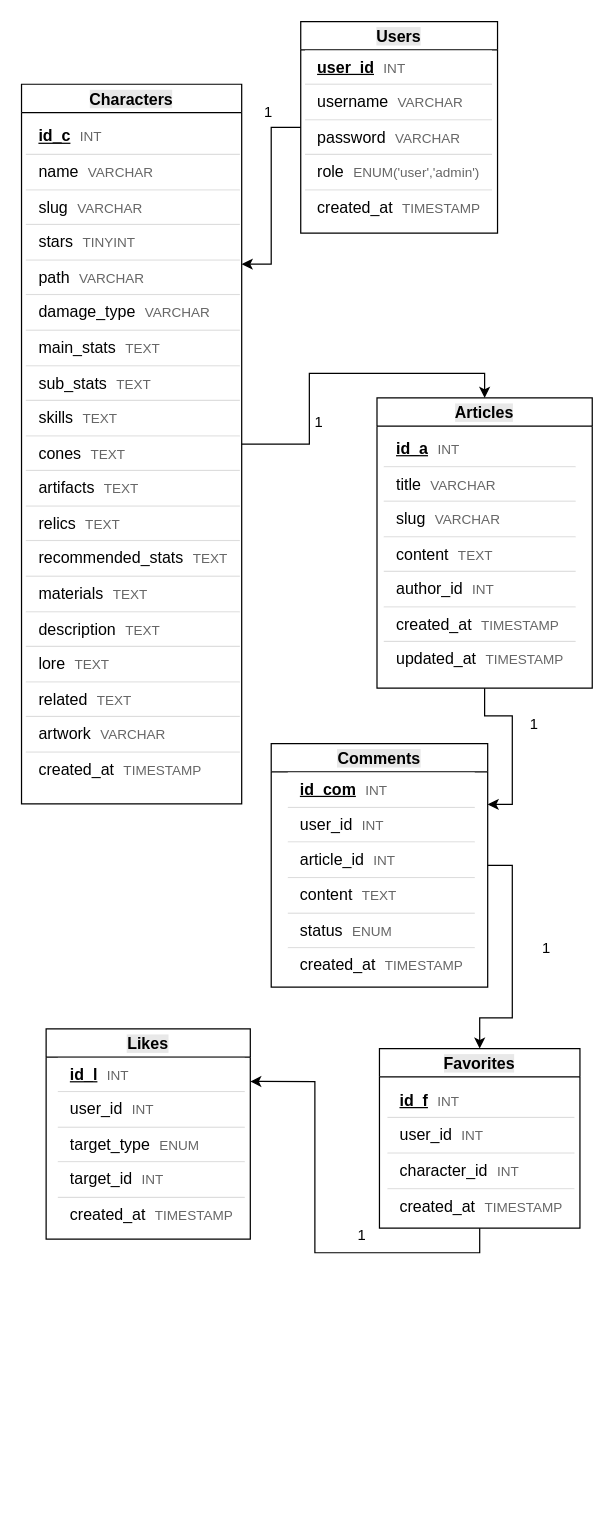
This is Классов.drawio from Tunez666/hsr, a draw.io file, before an edit. Source tidied: cells renumbered, new cells numbered last; positions are measured from the earlier drawing's top-left corner, leaving out a move shared by most shapes. Both pictures are drawn from the tidied source at 123%, with x=0, y=0 at pixel (21, 21).
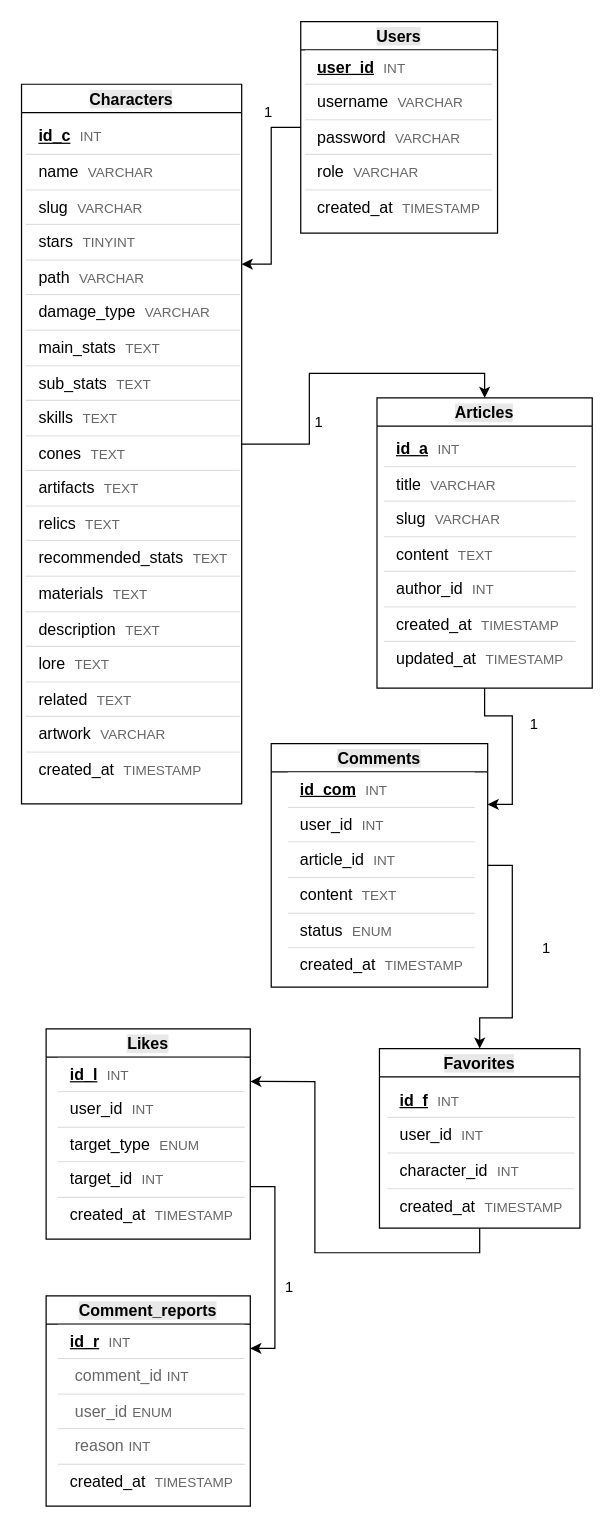
The same page after the edit.

The change refers to these unchanged cells:
```xml
<mxCell id="6" value="&lt;span style=&quot;font-family: Arial, sans-serif; font-size: 13px; background-color: rgb(232, 232, 232);&quot;&gt;Users&lt;/span&gt;" style="swimlane;whiteSpace=wrap;html=1;" parent="1" vertex="1">
  <mxGeometry x="227" width="160" height="172" as="geometry" />
</mxCell>
<mxCell id="11" value="&lt;span style=&quot;font-family: Arial, sans-serif; font-size: 13px; background-color: rgb(232, 232, 232);&quot;&gt;Likes&lt;/span&gt;" style="swimlane;whiteSpace=wrap;html=1;" parent="1" vertex="1">
  <mxGeometry x="20" y="819" width="166" height="171" as="geometry" />
</mxCell>
```

What changed in the source:
```diff
@@
-    <mxCell id="7" value="&lt;div class=&quot;attribute&quot; style=&quot;padding: 6px 10px; border-bottom: 1px solid rgb(221, 221, 221); font-family: Arial, sans-serif; font-size: 13px; text-align: start; background-color: rgb(255, 255, 255);&quot;&gt;&lt;span class=&quot;attribute-name pk&quot; style=&quot;font-weight: bold; text-decoration-line: underline;&quot;&gt;user_id&lt;/span&gt;&amp;nbsp;&lt;span class=&quot;attribute-type&quot; style=&quot;color: rgb(102, 102, 102); font-size: 11px; margin-left: 4px;&quot;&gt;INT&lt;/span&gt;&lt;/div&gt;&lt;div class=&quot;attribute&quot; style=&quot;padding: 6px 10px; border-bottom: 1px solid rgb(221, 221, 221); font-family: Arial, sans-serif; font-size: 13px; text-align: start; background-color: rgb(255, 255, 255);&quot;&gt;&lt;span class=&quot;attribute-name&quot;&gt;username&lt;/span&gt;&amp;nbsp;&lt;span class=&quot;attribute-type&quot; style=&quot;color: rgb(102, 102, 102); font-size: 11px; margin-left: 4px;&quot;&gt;VARCHAR&lt;/span&gt;&lt;/div&gt;&lt;div class=&quot;attribute&quot; style=&quot;padding: 6px 10px; border-bottom: 1px solid rgb(221, 221, 221); font-family: Arial, sans-serif; font-size: 13px; text-align: start; background-color: rgb(255, 255, 255);&quot;&gt;&lt;span class=&quot;attribute-name&quot;&gt;password&lt;/span&gt;&amp;nbsp;&lt;span class=&quot;attribute-type&quot; style=&quot;color: rgb(102, 102, 102); font-size: 11px; margin-left: 4px;&quot;&gt;VARCHAR&lt;/span&gt;&lt;/div&gt;&lt;div class=&quot;attribute&quot; style=&quot;padding: 6px 10px; border-bottom: 1px solid rgb(221, 221, 221); font-family: Arial, sans-serif; font-size: 13px; text-align: start; background-color: rgb(255, 255, 255);&quot;&gt;&lt;span class=&quot;attribute-name&quot;&gt;role&lt;/span&gt;&amp;nbsp;&lt;span class=&quot;attribute-type&quot; style=&quot;color: rgb(102, 102, 102); font-size: 11px; margin-left: 4px;&quot;&gt;ENUM('user','admin')&lt;/span&gt;&lt;/div&gt;&lt;div class=&quot;attribute&quot; style=&quot;padding: 6px 10px; border-bottom: none; font-family: Arial, sans-serif; font-size: 13px; text-align: start; background-color: rgb(255, 255, 255);&quot;&gt;&lt;span class=&quot;attribute-name&quot;&gt;created_at&lt;/span&gt;&amp;nbsp;&lt;span class=&quot;attribute-type&quot; style=&quot;color: rgb(102, 102, 102); font-size: 11px; margin-left: 4px;&quot;&gt;TIMESTAMP&lt;/span&gt;&lt;/div&gt;" style="text;html=1;whiteSpace=wrap;strokeColor=none;fillColor=none;align=center;verticalAlign=middle;rounded=0;" parent="6" vertex="1">
+    <mxCell id="7" value="&lt;div class=&quot;attribute&quot; style=&quot;padding: 6px 10px; border-bottom: 1px solid rgb(221, 221, 221); font-family: Arial, sans-serif; font-size: 13px; text-align: start; background-color: rgb(255, 255, 255);&quot;&gt;&lt;span class=&quot;attribute-name pk&quot; style=&quot;font-weight: bold; text-decoration-line: underline;&quot;&gt;user_id&lt;/span&gt;&amp;nbsp;&lt;span class=&quot;attribute-type&quot; style=&quot;color: rgb(102, 102, 102); font-size: 11px; margin-left: 4px;&quot;&gt;INT&lt;/span&gt;&lt;/div&gt;&lt;div class=&quot;attribute&quot; style=&quot;padding: 6px 10px; border-bottom: 1px solid rgb(221, 221, 221); font-family: Arial, sans-serif; font-size: 13px; text-align: start; background-color: rgb(255, 255, 255);&quot;&gt;&lt;span class=&quot;attribute-name&quot;&gt;username&lt;/span&gt;&amp;nbsp;&lt;span class=&quot;attribute-type&quot; style=&quot;color: rgb(102, 102, 102); font-size: 11px; margin-left: 4px;&quot;&gt;VARCHAR&lt;/span&gt;&lt;/div&gt;&lt;div class=&quot;attribute&quot; style=&quot;padding: 6px 10px; border-bottom: 1px solid rgb(221, 221, 221); font-family: Arial, sans-serif; font-size: 13px; text-align: start; background-color: rgb(255, 255, 255);&quot;&gt;&lt;span class=&quot;attribute-name&quot;&gt;password&lt;/span&gt;&amp;nbsp;&lt;span class=&quot;attribute-type&quot; style=&quot;color: rgb(102, 102, 102); font-size: 11px; margin-left: 4px;&quot;&gt;VARCHAR&lt;/span&gt;&lt;/div&gt;&lt;div class=&quot;attribute&quot; style=&quot;padding: 6px 10px; border-bottom: 1px solid rgb(221, 221, 221); font-family: Arial, sans-serif; font-size: 13px; text-align: start; background-color: rgb(255, 255, 255);&quot;&gt;&lt;span class=&quot;attribute-name&quot;&gt;role&lt;/span&gt;&amp;nbsp;&lt;span class=&quot;attribute-type&quot; style=&quot;color: rgb(102, 102, 102); font-size: 11px; margin-left: 4px;&quot;&gt;VARCHAR&lt;/span&gt;&lt;/div&gt;&lt;div class=&quot;attribute&quot; style=&quot;padding: 6px 10px; border-bottom: none; font-family: Arial, sans-serif; font-size: 13px; text-align: start; background-color: rgb(255, 255, 255);&quot;&gt;&lt;span class=&quot;attribute-name&quot;&gt;created_at&lt;/span&gt;&amp;nbsp;&lt;span class=&quot;attribute-type&quot; style=&quot;color: rgb(102, 102, 102); font-size: 11px; margin-left: 4px;&quot;&gt;TIMESTAMP&lt;/span&gt;&lt;/div&gt;" style="text;html=1;whiteSpace=wrap;strokeColor=none;fillColor=none;align=center;verticalAlign=middle;rounded=0;" parent="6" vertex="1">
       <mxGeometry x="50" y="79" width="60" height="30" as="geometry" />
     </mxCell>
@@
+    <mxCell id="24" style="edgeStyle=orthogonalEdgeStyle;rounded=0;jettySize=auto;html=1;exitX=1;exitY=0.75;exitDx=0;exitDy=0;entryX=1;entryY=0.25;entryDx=0;entryDy=0;" parent="1" edge="1" source="11" target="25">
+      <mxGeometry relative="1" as="geometry" />
+    </mxCell>
@@
     <mxCell id="23" value="1" style="text;html=1;whiteSpace=wrap;strokeColor=none;fillColor=none;align=center;verticalAlign=middle;rounded=0;" parent="1" vertex="1">
-      <mxGeometry x="247" y="972" width="60" height="30" as="geometry" />
+      <mxGeometry x="188" y="1014" width="60" height="30" as="geometry" />
     </mxCell>
+    <mxCell id="25" value="&lt;font face=&quot;Arial, sans-serif&quot;&gt;&lt;span style=&quot;font-size: 13px; background-color: rgb(232, 232, 232);&quot;&gt;Comment_reports&lt;/span&gt;&lt;/font&gt;" style="swimlane;whiteSpace=wrap;html=1;" parent="1" vertex="1">
+      <mxGeometry x="20" y="1036" width="166" height="171" as="geometry" />
+    </mxCell>
+    <mxCell id="26" value="&lt;div class=&quot;attribute&quot; style=&quot;padding: 6px 10px; border-bottom: 1px solid rgb(221, 221, 221); font-family: Arial, sans-serif; font-size: 13px; text-align: start; background-color: rgb(255, 255, 255);&quot;&gt;&lt;span class=&quot;attribute-name pk&quot; style=&quot;font-weight: bold; text-decoration-line: underline;&quot;&gt;id_r&lt;/span&gt;&amp;nbsp;&lt;span class=&quot;attribute-type&quot; style=&quot;color: rgb(102, 102, 102); font-size: 11px; margin-left: 4px;&quot;&gt;INT&lt;/span&gt;&lt;/div&gt;&lt;div class=&quot;attribute&quot; style=&quot;padding: 6px 10px; border-bottom: 1px solid rgb(221, 221, 221); font-family: Arial, sans-serif; text-align: start; background-color: rgb(255, 255, 255);&quot;&gt;&lt;span class=&quot;attribute-type&quot; style=&quot;margin-left: 4px; font-size: 13px; color: rgb(102, 102, 102);&quot;&gt;comment_id&lt;/span&gt;&lt;span class=&quot;attribute-type&quot; style=&quot;font-size: 11px; color: rgb(102, 102, 102); margin-left: 4px;&quot;&gt;INT&lt;/span&gt;&lt;/div&gt;&lt;div class=&quot;attribute&quot; style=&quot;padding: 6px 10px; border-bottom: 1px solid rgb(221, 221, 221); font-family: Arial, sans-serif; text-align: start; background-color: rgb(255, 255, 255);&quot;&gt;&lt;span class=&quot;attribute-type&quot; style=&quot;margin-left: 4px; font-size: 13px; color: rgb(102, 102, 102);&quot;&gt;user_id&lt;/span&gt;&lt;span class=&quot;attribute-type&quot; style=&quot;font-size: 11px; color: rgb(102, 102, 102); margin-left: 4px;&quot;&gt;ENUM&lt;/span&gt;&lt;/div&gt;&lt;div class=&quot;attribute&quot; style=&quot;padding: 6px 10px; border-bottom: 1px solid rgb(221, 221, 221); font-family: Arial, sans-serif; text-align: start; background-color: rgb(255, 255, 255);&quot;&gt;&lt;span class=&quot;attribute-type&quot; style=&quot;margin-left: 4px; font-size: 13px; color: rgb(102, 102, 102);&quot;&gt;reason&lt;/span&gt;&lt;span class=&quot;attribute-type&quot; style=&quot;font-size: 11px; color: rgb(102, 102, 102); margin-left: 4px;&quot;&gt;INT&lt;/span&gt;&lt;/div&gt;&lt;div class=&quot;attribute&quot; style=&quot;padding: 6px 10px; border-bottom: none; font-family: Arial, sans-serif; font-size: 13px; text-align: start; background-color: rgb(255, 255, 255);&quot;&gt;&lt;span class=&quot;attribute-name&quot;&gt;created_at&lt;/span&gt;&amp;nbsp;&lt;span class=&quot;attribute-type&quot; style=&quot;color: rgb(102, 102, 102); font-size: 11px; margin-left: 4px;&quot;&gt;TIMESTAMP&lt;/span&gt;&lt;/div&gt;" style="text;html=1;whiteSpace=wrap;strokeColor=none;fillColor=none;align=center;verticalAlign=middle;rounded=0;" parent="25" vertex="1">
+      <mxGeometry x="56" y="79" width="60" height="30" as="geometry" />
+    </mxCell>
```
